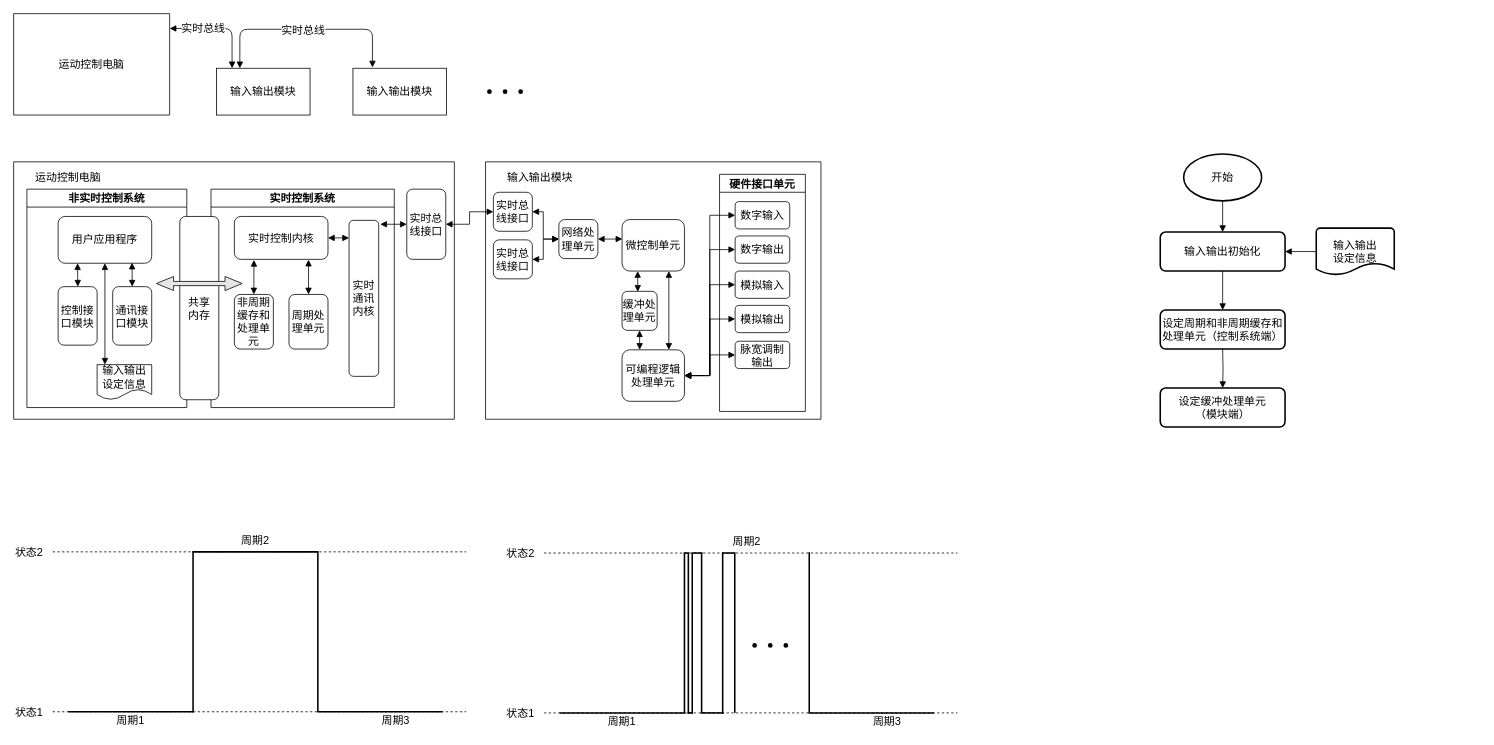
leeywin/work keeps this draw.io diagram as patent/drawing/Untitled Diagram.drawio. Above is the earlier version. Source tidied: cells renumbered, new cells numbered last; positions are measured from the earlier drawing's top-left corner, leaving out a move shared by most shapes. Both pictures are drawn from the tidied source at 78%, with x=0, y=0 at pixel (13, 13).
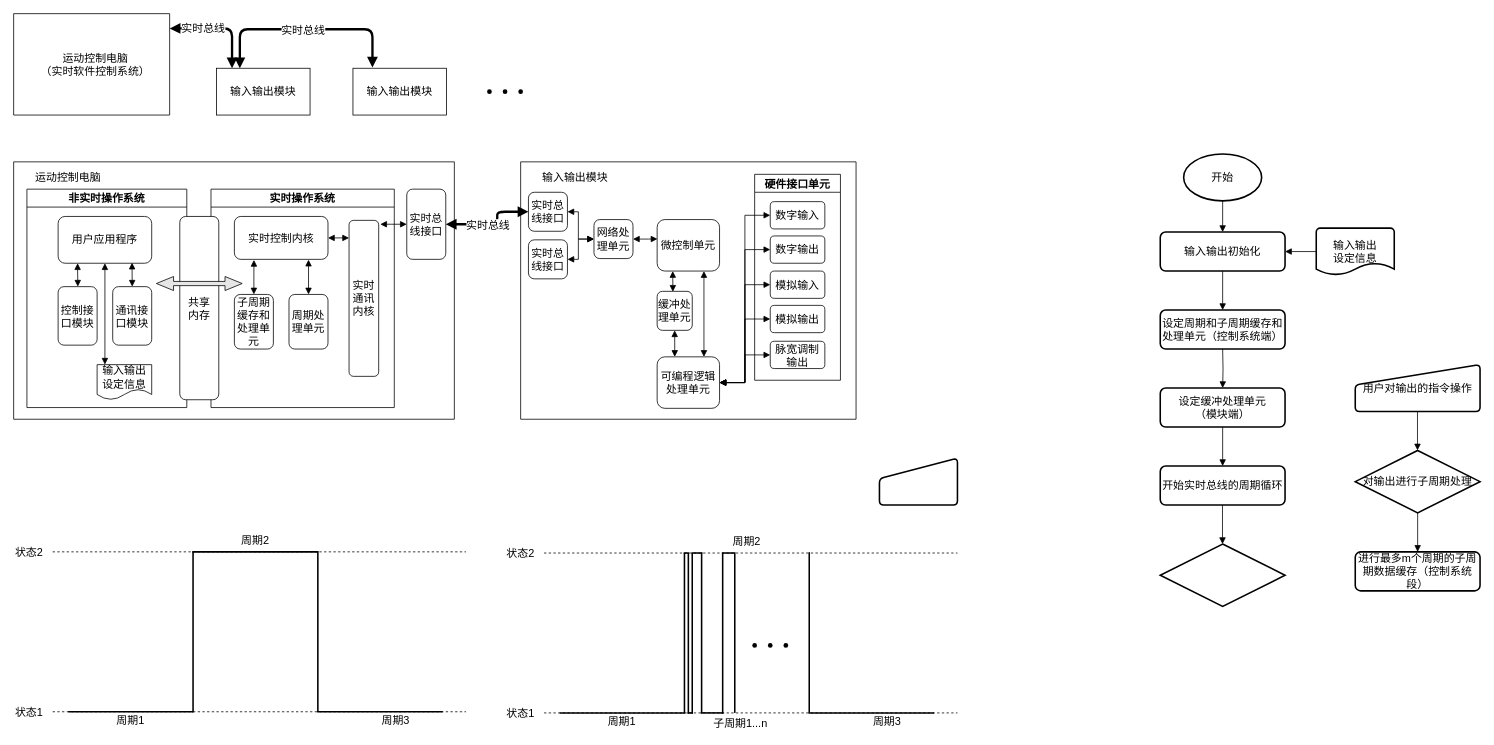
After the change.

Unchanged cells that the change refers to:
```xml
<mxCell id="2" style="swimlane;startSize=0;" parent="1" vertex="1">
  <mxGeometry width="200" height="130" as="geometry" />
</mxCell>
<mxCell id="4" value="输入输出模块" style="rounded=0;whiteSpace=wrap;html=1;fontSize=14;" parent="1" vertex="1">
  <mxGeometry x="260" y="70" width="120" height="60" as="geometry" />
</mxCell>
<mxCell id="15" style="swimlane;startSize=0;" parent="14" vertex="1">
  <mxGeometry y="190" width="565" height="330" as="geometry" />
</mxCell>
<mxCell id="26" value="实时总线接口" style="rounded=1;whiteSpace=wrap;html=1;fontSize=14;" parent="15" vertex="1">
  <mxGeometry x="504" y="35" width="50" height="90" as="geometry" />
</mxCell>
<mxCell id="39" value="实时总线接口" style="rounded=1;whiteSpace=wrap;html=1;fontSize=14;" parent="37" vertex="1">
  <mxGeometry x="10" y="39" width="50" height="50" as="geometry" />
</mxCell>
<mxCell id="46" value="微控制单元" style="rounded=1;whiteSpace=wrap;html=1;fontSize=14;" parent="37" vertex="1">
  <mxGeometry x="175" y="74" width="80" height="66" as="geometry" />
</mxCell>
<mxCell id="47" value="缓冲处理单元" style="rounded=1;whiteSpace=wrap;html=1;fontSize=14;" parent="37" vertex="1">
  <mxGeometry x="175" y="166" width="45" height="50" as="geometry" />
</mxCell>
<mxCell id="49" value="数字输入" style="rounded=1;whiteSpace=wrap;html=1;fontSize=14;" parent="48" vertex="1">
  <mxGeometry x="20" y="35" width="70" height="35" as="geometry" />
</mxCell>
<mxCell id="50" value="数字输出" style="rounded=1;whiteSpace=wrap;html=1;fontSize=14;" parent="48" vertex="1">
  <mxGeometry x="20" y="79" width="70" height="35" as="geometry" />
</mxCell>
<mxCell id="51" value="模拟输入" style="rounded=1;whiteSpace=wrap;html=1;fontSize=14;" parent="48" vertex="1">
  <mxGeometry x="20" y="124" width="70" height="35" as="geometry" />
</mxCell>
<mxCell id="52" value="模拟输出" style="rounded=1;whiteSpace=wrap;html=1;fontSize=14;" parent="48" vertex="1">
  <mxGeometry x="20" y="168" width="70" height="35" as="geometry" />
</mxCell>
```

Change to the diagram source:
```diff
@@
-    <mxCell id="3" value="运动控制电脑" style="text;html=1;strokeColor=none;fillColor=none;align=center;verticalAlign=middle;whiteSpace=wrap;rounded=0;fontSize=14;" parent="2" vertex="1">
-      <mxGeometry x="50" y="55" width="100" height="20" as="geometry" />
+    <mxCell id="3" value="运动控制电脑&lt;br&gt;（实时软件控制系统）" style="text;html=1;strokeColor=none;fillColor=none;align=center;verticalAlign=middle;whiteSpace=wrap;rounded=0;fontSize=14;" parent="2" vertex="1">
+      <mxGeometry x="30" y="55" width="150" height="20" as="geometry" />
     </mxCell>
@@
-    <mxCell id="6" style="edgeStyle=segmentEdgeStyle;endArrow=block;html=1;fontSize=14;exitX=1;exitY=0.146;exitDx=0;exitDy=0;exitPerimeter=0;startArrow=block;startFill=1;endFill=1;" parent="1" edge="1" source="2" target="4">
+    <mxCell id="6" style="edgeStyle=segmentEdgeStyle;endArrow=block;html=1;fontSize=14;exitX=1;exitY=0.146;exitDx=0;exitDy=0;exitPerimeter=0;startArrow=block;startFill=1;endFill=1;strokeWidth=3;" parent="1" edge="1" source="2" target="4">
       <mxGeometry relative="1" as="geometry">
         <Array as="points">
           <mxPoint x="280" y="19" />
         </Array>
       </mxGeometry>
     </mxCell>
@@
-    <mxCell id="8" style="edgeStyle=segmentEdgeStyle;endArrow=block;html=1;fontSize=14;exitX=0.25;exitY=0;exitDx=0;exitDy=0;startArrow=block;startFill=1;endFill=1;" parent="1" edge="1" source="4">
+    <mxCell id="8" style="edgeStyle=segmentEdgeStyle;endArrow=block;html=1;fontSize=14;exitX=0.25;exitY=0;exitDx=0;exitDy=0;startArrow=block;startFill=1;endFill=1;strokeWidth=3;" parent="1" edge="1" source="4">
       <mxGeometry relative="1" as="geometry">
         <mxPoint x="460" y="69" as="targetPoint" />
         <Array as="points">
           <mxPoint x="290" y="20" />
           <mxPoint x="460" y="20" />
         </Array>
       </mxGeometry>
     </mxCell>
@@
-    <mxCell id="17" value="非实时控制系统" style="swimlane;fontSize=14;" parent="15" vertex="1">
+    <mxCell id="17" value="非实时操作系统" style="swimlane;fontSize=14;" parent="15" vertex="1">
       <mxGeometry x="17" y="35" width="205" height="280" as="geometry" />
     </mxCell>
@@
-    <mxCell id="27" value="实时控制系统" style="swimlane;fontSize=14;" parent="15" vertex="1">
+    <mxCell id="27" value="实时操作系统" style="swimlane;fontSize=14;" parent="15" vertex="1">
       <mxGeometry x="253" y="35" width="235" height="280" as="geometry" />
     </mxCell>
@@
-    <mxCell id="30" value="非周期缓存和处理单元" style="rounded=1;whiteSpace=wrap;html=1;fontSize=14;" parent="27" vertex="1">
+    <mxCell id="30" value="子周期缓存和处理单元" style="rounded=1;whiteSpace=wrap;html=1;fontSize=14;" parent="27" vertex="1">
       <mxGeometry x="30" y="135" width="50" height="70" as="geometry" />
     </mxCell>
@@
     <mxCell id="37" style="swimlane;startSize=0;" parent="14" vertex="1">
-      <mxGeometry x="605" y="190" width="430" height="330" as="geometry" />
+      <mxGeometry x="650" y="190" width="430" height="330" as="geometry" />
     </mxCell>
@@
     <mxCell id="48" value="硬件接口单元" style="swimlane;fontSize=14;" parent="37" vertex="1">
-      <mxGeometry x="300" y="16" width="110" height="304" as="geometry" />
+      <mxGeometry x="300" y="16" width="110" height="264" as="geometry" />
     </mxCell>
@@
+    <mxCell id="59" value="脉宽调制输出" style="rounded=1;whiteSpace=wrap;html=1;fontSize=14;" parent="48" vertex="1">
+      <mxGeometry x="20" y="214" width="70" height="35" as="geometry" />
+    </mxCell>
+    <mxCell id="58" value="可编程逻辑处理单元" style="rounded=1;whiteSpace=wrap;html=1;fontSize=14;" parent="37" vertex="1">
+      <mxGeometry x="175" y="250" width="80" height="66" as="geometry" />
+    </mxCell>
+    <mxCell id="61" style="edgeStyle=orthogonalEdgeStyle;rounded=0;jettySize=auto;html=1;exitX=0.75;exitY=1;exitDx=0;exitDy=0;entryX=0.75;entryY=0;entryDx=0;entryDy=0;fontSize=14;startArrow=block;startFill=1;fillColor=#E6E6E6;endArrow=block;endFill=1;" parent="37" edge="1" source="46" target="58">
+      <mxGeometry relative="1" as="geometry" />
+    </mxCell>
-    <mxCell id="53" style="edgeStyle=orthogonalEdgeStyle;rounded=0;jettySize=auto;html=1;exitX=1;exitY=0.5;exitDx=0;exitDy=0;entryX=0;entryY=0.5;entryDx=0;entryDy=0;fontSize=14;startArrow=block;startFill=1;fillColor=#E6E6E6;endArrow=block;endFill=1;" parent="14" edge="1" source="58" target="49">
+    <mxCell id="53" style="edgeStyle=orthogonalEdgeStyle;rounded=0;jettySize=auto;html=1;exitX=1;exitY=0.5;exitDx=0;exitDy=0;entryX=0;entryY=0.5;entryDx=0;entryDy=0;fontSize=14;startArrow=block;startFill=1;fillColor=#E6E6E6;endArrow=block;endFill=1;" parent="37" edge="1" source="58" target="49">
       <mxGeometry relative="1" as="geometry" />
     </mxCell>
-    <mxCell id="54" style="edgeStyle=orthogonalEdgeStyle;rounded=0;jettySize=auto;html=1;exitX=1;exitY=0.5;exitDx=0;exitDy=0;entryX=0;entryY=0.5;entryDx=0;entryDy=0;fontSize=14;startArrow=block;startFill=1;fillColor=#E6E6E6;endArrow=block;endFill=1;" parent="14" edge="1" source="58" target="50">
+    <mxCell id="54" style="edgeStyle=orthogonalEdgeStyle;rounded=0;jettySize=auto;html=1;exitX=1;exitY=0.5;exitDx=0;exitDy=0;entryX=0;entryY=0.5;entryDx=0;entryDy=0;fontSize=14;startArrow=block;startFill=1;fillColor=#E6E6E6;endArrow=block;endFill=1;" parent="37" edge="1" source="58" target="50">
       <mxGeometry relative="1" as="geometry" />
     </mxCell>
-    <mxCell id="55" style="edgeStyle=orthogonalEdgeStyle;rounded=0;jettySize=auto;html=1;exitX=1;exitY=0.5;exitDx=0;exitDy=0;entryX=0;entryY=0.5;entryDx=0;entryDy=0;fontSize=14;startArrow=block;startFill=1;fillColor=#E6E6E6;endArrow=block;endFill=1;" parent="14" edge="1" source="58" target="51">
+    <mxCell id="55" style="edgeStyle=orthogonalEdgeStyle;rounded=0;jettySize=auto;html=1;exitX=1;exitY=0.5;exitDx=0;exitDy=0;entryX=0;entryY=0.5;entryDx=0;entryDy=0;fontSize=14;startArrow=block;startFill=1;fillColor=#E6E6E6;endArrow=block;endFill=1;" parent="37" edge="1" source="58" target="51">
       <mxGeometry relative="1" as="geometry" />
     </mxCell>
-    <mxCell id="56" style="edgeStyle=orthogonalEdgeStyle;rounded=0;jettySize=auto;html=1;exitX=1;exitY=0.5;exitDx=0;exitDy=0;entryX=0;entryY=0.5;entryDx=0;entryDy=0;fontSize=14;startArrow=block;startFill=1;fillColor=#E6E6E6;endArrow=block;endFill=1;" parent="14" edge="1" source="58" target="52">
+    <mxCell id="56" style="edgeStyle=orthogonalEdgeStyle;rounded=0;jettySize=auto;html=1;exitX=1;exitY=0.5;exitDx=0;exitDy=0;entryX=0;entryY=0.5;entryDx=0;entryDy=0;fontSize=14;startArrow=block;startFill=1;fillColor=#E6E6E6;endArrow=block;endFill=1;" parent="37" edge="1" source="58" target="52">
       <mxGeometry relative="1" as="geometry" />
     </mxCell>
+    <mxCell id="62" style="edgeStyle=orthogonalEdgeStyle;rounded=0;jettySize=auto;html=1;exitX=0.5;exitY=1;exitDx=0;exitDy=0;entryX=0.282;entryY=0;entryDx=0;entryDy=0;entryPerimeter=0;fontSize=14;startArrow=block;startFill=1;fillColor=#E6E6E6;endArrow=block;endFill=1;" parent="37" edge="1" source="47" target="58">
+      <mxGeometry relative="1" as="geometry" />
+    </mxCell>
-    <mxCell id="57" style="edgeStyle=orthogonalEdgeStyle;rounded=0;jettySize=auto;html=1;exitX=1;exitY=0.5;exitDx=0;exitDy=0;entryX=0;entryY=0.5;entryDx=0;entryDy=0;fontSize=14;startArrow=block;startFill=1;fillColor=#E6E6E6;endArrow=block;endFill=1;" parent="14" edge="1" source="58" target="59">
+    <mxCell id="57" style="edgeStyle=orthogonalEdgeStyle;rounded=0;jettySize=auto;html=1;exitX=1;exitY=0.5;exitDx=0;exitDy=0;entryX=0;entryY=0.5;entryDx=0;entryDy=0;fontSize=14;startArrow=block;startFill=1;fillColor=#E6E6E6;endArrow=block;endFill=1;" parent="37" edge="1" source="58" target="59">
       <mxGeometry relative="1" as="geometry" />
     </mxCell>
-    <mxCell id="58" value="可编程逻辑处理单元" style="rounded=1;whiteSpace=wrap;html=1;fontSize=14;" parent="14" vertex="1">
-      <mxGeometry x="780" y="431" width="80" height="66" as="geometry" />
-    </mxCell>
-    <mxCell id="59" value="脉宽调制输出" style="rounded=1;whiteSpace=wrap;html=1;fontSize=14;" parent="14" vertex="1">
-      <mxGeometry x="925" y="420" width="70" height="35" as="geometry" />
-    </mxCell>
-    <mxCell id="60" style="edgeStyle=orthogonalEdgeStyle;rounded=0;jettySize=auto;html=1;fontSize=14;startArrow=block;startFill=1;fillColor=#E6E6E6;entryX=0;entryY=0.5;entryDx=0;entryDy=0;endArrow=block;endFill=1;" parent="14" edge="1" source="26" target="39">
-      <mxGeometry relative="1" as="geometry" />
+    <mxCell id="60" style="edgeStyle=segmentEdgeStyle;endArrow=block;html=1;fontSize=14;startArrow=block;startFill=1;endFill=1;strokeWidth=3;entryX=0;entryY=0.5;entryDx=0;entryDy=0;exitX=1;exitY=0.5;exitDx=0;exitDy=0;" parent="14" edge="1" source="26" target="39">
+      <mxGeometry relative="1" as="geometry">
+        <Array as="points">
+          <mxPoint x="620" y="270" />
+          <mxPoint x="620" y="254" />
+        </Array>
+      </mxGeometry>
     </mxCell>
-    <mxCell id="61" style="edgeStyle=orthogonalEdgeStyle;rounded=0;jettySize=auto;html=1;exitX=0.75;exitY=1;exitDx=0;exitDy=0;entryX=0.75;entryY=0;entryDx=0;entryDy=0;fontSize=14;startArrow=block;startFill=1;fillColor=#E6E6E6;endArrow=block;endFill=1;" parent="14" edge="1" source="46" target="58">
-      <mxGeometry relative="1" as="geometry" />
-    </mxCell>
-    <mxCell id="62" style="edgeStyle=orthogonalEdgeStyle;rounded=0;jettySize=auto;html=1;exitX=0.5;exitY=1;exitDx=0;exitDy=0;entryX=0.282;entryY=0;entryDx=0;entryDy=0;entryPerimeter=0;fontSize=14;startArrow=block;startFill=1;fillColor=#E6E6E6;endArrow=block;endFill=1;" parent="14" edge="1" source="47" target="58">
-      <mxGeometry relative="1" as="geometry" />
-    </mxCell>
+    <mxCell id="111" value="实时总线" style="edgeLabel;html=1;align=center;verticalAlign=middle;fontSize=14;" parent="60" vertex="1">
+      <mxGeometry x="0.05" y="-1" relative="1" as="geometry">
+        <mxPoint x="-11" as="offset" />
+      </mxGeometry>
+    </mxCell>
@@
+    <mxCell id="112" value="子周期1...n" style="text;html=1;strokeColor=none;fillColor=none;align=center;verticalAlign=middle;whiteSpace=wrap;rounded=0;dashed=1;fontSize=14;" parent="63" vertex="1">
+      <mxGeometry x="887" y="900" width="90" height="20" as="geometry" />
+    </mxCell>
@@
-    <mxCell id="106" value="设定周期和非周期缓存和处理单元（控制系统端）" style="rounded=1;whiteSpace=wrap;html=1;absoluteArcSize=1;arcSize=14;strokeWidth=2;shadow=0;fontSize=14;fillColor=none;" parent="101" vertex="1">
+    <mxCell id="106" value="设定周期和子周期缓存和处理单元（控制系统端）" style="rounded=1;whiteSpace=wrap;html=1;absoluteArcSize=1;arcSize=14;strokeWidth=2;shadow=0;fontSize=14;fillColor=none;" parent="101" vertex="1">
       <mxGeometry x="1470" y="380" width="160" height="50" as="geometry" />
     </mxCell>
@@
+    <mxCell id="113" style="edgeStyle=orthogonalEdgeStyle;rounded=0;jettySize=auto;html=1;fontSize=14;startArrow=none;startFill=0;endArrow=block;endFill=1;fillColor=#E6E6E6;" parent="101" edge="1" target="114">
+      <mxGeometry relative="1" as="geometry">
+        <mxPoint x="1550" y="530" as="sourcePoint" />
+        <Array as="points">
+          <mxPoint x="1550" y="580" />
+          <mxPoint x="1550" y="580" />
+        </Array>
+      </mxGeometry>
+    </mxCell>
+    <mxCell id="114" value="开始实时总线的周期循环" style="rounded=1;whiteSpace=wrap;html=1;absoluteArcSize=1;arcSize=14;strokeWidth=2;shadow=0;fontSize=14;fillColor=none;" parent="101" vertex="1">
+      <mxGeometry x="1470" y="580" width="160" height="50" as="geometry" />
+    </mxCell>
+    <mxCell id="115" style="edgeStyle=orthogonalEdgeStyle;rounded=0;orthogonalLoop=1;jettySize=auto;html=1;fontSize=14;startArrow=none;startFill=0;endArrow=block;endFill=1;fillColor=#E6E6E6;" parent="101" edge="1">
+      <mxGeometry relative="1" as="geometry">
+        <mxPoint x="1549.8" y="630" as="sourcePoint" />
+        <mxPoint x="1549.8" y="680" as="targetPoint" />
+        <Array as="points">
+          <mxPoint x="1549.8" y="680" />
+          <mxPoint x="1549.8" y="680" />
+        </Array>
+      </mxGeometry>
+    </mxCell>
+    <mxCell id="116" style="strokeWidth=2;html=1;shape=mxgraph.flowchart.decision;whiteSpace=wrap;shadow=0;fontSize=14;fillColor=none;" parent="101" vertex="1">
+      <mxGeometry x="1470" y="680" width="160" height="80" as="geometry" />
+    </mxCell>
+    <mxCell id="117" style="html=1;strokeWidth=2;shape=manualInput;whiteSpace=wrap;rounded=1;size=26;arcSize=11;shadow=0;fontSize=14;fillColor=none;" parent="101" vertex="1">
+      <mxGeometry x="1110" y="570" width="100" height="60" as="geometry" />
+    </mxCell>
+    <mxCell id="118" value="用户对输出的指令操作" style="html=1;strokeWidth=2;shape=manualInput;whiteSpace=wrap;rounded=1;size=26;arcSize=11;shadow=0;fontSize=14;fillColor=none;" parent="101" vertex="1">
+      <mxGeometry x="1720" y="450" width="160" height="60" as="geometry" />
+    </mxCell>
+    <mxCell id="119" style="edgeStyle=orthogonalEdgeStyle;rounded=0;orthogonalLoop=1;jettySize=auto;html=1;fontSize=14;startArrow=none;startFill=0;endArrow=block;endFill=1;fillColor=#E6E6E6;" parent="101" edge="1">
+      <mxGeometry relative="1" as="geometry">
+        <mxPoint x="1799.8" y="510" as="sourcePoint" />
+        <mxPoint x="1799.8" y="560" as="targetPoint" />
+        <Array as="points">
+          <mxPoint x="1799.8" y="560" />
+          <mxPoint x="1799.8" y="560" />
+        </Array>
+      </mxGeometry>
+    </mxCell>
+    <mxCell id="120" value="对输出进行子周期处理" style="strokeWidth=2;html=1;shape=mxgraph.flowchart.decision;whiteSpace=wrap;shadow=0;fontSize=14;fillColor=none;" parent="101" vertex="1">
+      <mxGeometry x="1720" y="560" width="160" height="80" as="geometry" />
+    </mxCell>
+    <mxCell id="121" style="edgeStyle=orthogonalEdgeStyle;rounded=0;jettySize=auto;html=1;fontSize=14;startArrow=none;startFill=0;endArrow=block;endFill=1;fillColor=#E6E6E6;" parent="101" edge="1" target="122">
+      <mxGeometry relative="1" as="geometry">
+        <mxPoint x="1800" y="640" as="sourcePoint" />
+        <Array as="points">
+          <mxPoint x="1800" y="690" />
+          <mxPoint x="1800" y="690" />
+        </Array>
+      </mxGeometry>
+    </mxCell>
+    <mxCell id="122" value="进行最多m个周期的子周期数据缓存（控制系统段）" style="rounded=1;whiteSpace=wrap;html=1;absoluteArcSize=1;arcSize=14;strokeWidth=2;shadow=0;fontSize=14;fillColor=none;" parent="101" vertex="1">
+      <mxGeometry x="1720" y="690" width="160" height="50" as="geometry" />
+    </mxCell>
```
